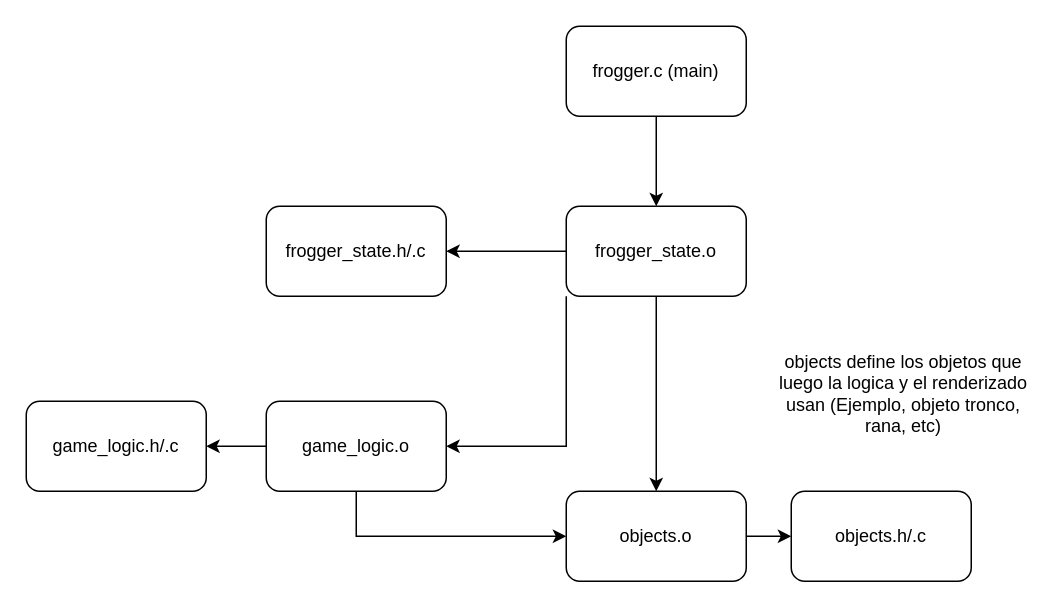
Above: FROGGER.drawio in mginhson/TPF (draw.io), before the change. Source tidied: cells renumbered, new cells numbered last; positions are measured from the earlier drawing's top-left corner, leaving out a move shared by most shapes. Both pictures are drawn from the tidied source at 150%, with x=0, y=0 at pixel (26, 26).
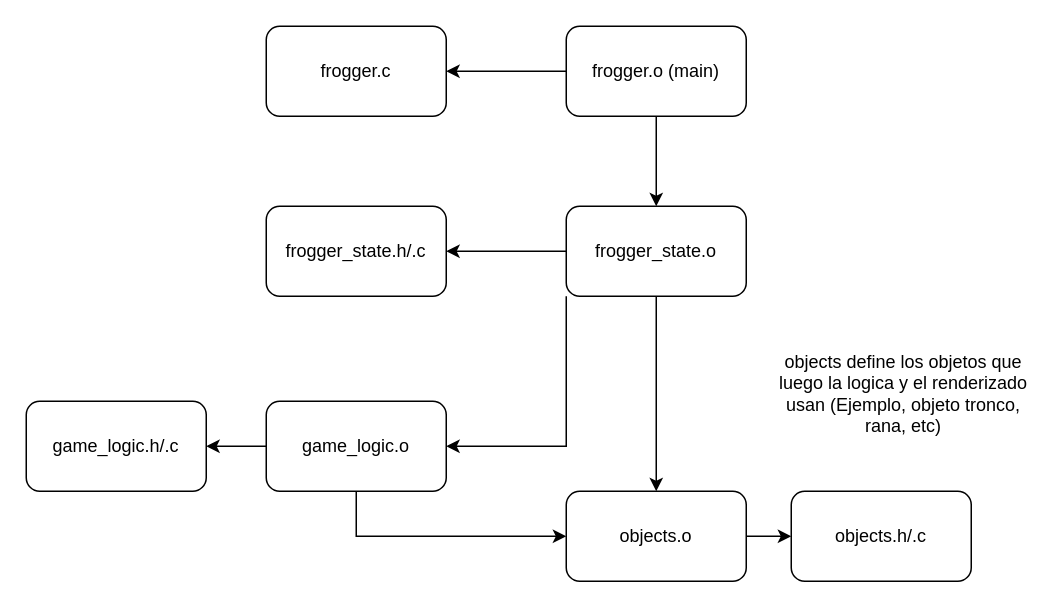
After the change.

What changed in the source:
```diff
@@
 <mxGraphModel>
   <root>
     <mxCell id="0" />
     <mxCell id="1" parent="0" />
     <mxCell id="2" style="edgeStyle=orthogonalEdgeStyle;rounded=0;jettySize=auto;html=1;exitX=0.5;exitY=1;exitDx=0;exitDy=0;entryX=0.5;entryY=0;entryDx=0;entryDy=0;" parent="1" edge="1" source="3" target="11">
       <mxGeometry relative="1" as="geometry" />
     </mxCell>
+    <mxCell id="17" style="edgeStyle=orthogonalEdgeStyle;rounded=0;jettySize=auto;html=1;exitX=0;exitY=0.5;exitDx=0;exitDy=0;entryX=1;entryY=0.5;entryDx=0;entryDy=0;" parent="1" edge="1" source="3" target="18">
+      <mxGeometry relative="1" as="geometry" />
+    </mxCell>
-    <mxCell id="3" value="frogger.c (main)" style="rounded=1;whiteSpace=wrap;html=1;" parent="1" vertex="1">
+    <mxCell id="3" value="frogger.o (main)" style="rounded=1;whiteSpace=wrap;html=1;" parent="1" vertex="1">
       <mxGeometry x="360" width="120" height="60" as="geometry" />
     </mxCell>
     <mxCell id="4" style="edgeStyle=orthogonalEdgeStyle;rounded=0;jettySize=auto;html=1;exitX=0;exitY=0.5;exitDx=0;exitDy=0;entryX=1;entryY=0.5;entryDx=0;entryDy=0;" parent="1" edge="1" source="6" target="7">
       <mxGeometry relative="1" as="geometry" />
     </mxCell>
     <mxCell id="5" style="edgeStyle=orthogonalEdgeStyle;rounded=0;jettySize=auto;html=1;exitX=0.5;exitY=1;exitDx=0;exitDy=0;entryX=0;entryY=0.5;entryDx=0;entryDy=0;" parent="1" edge="1" source="6" target="14">
       <mxGeometry relative="1" as="geometry" />
     </mxCell>
     <mxCell id="6" value="&lt;div&gt;game_logic.o&lt;/div&gt;" style="rounded=1;whiteSpace=wrap;html=1;" parent="1" vertex="1">
       <mxGeometry x="160" y="250" width="120" height="60" as="geometry" />
     </mxCell>
     <mxCell id="7" value="game_logic.h/.c" style="rounded=1;whiteSpace=wrap;html=1;" parent="1" vertex="1">
       <mxGeometry y="250" width="120" height="60" as="geometry" />
     </mxCell>
     <mxCell id="8" style="edgeStyle=orthogonalEdgeStyle;rounded=0;jettySize=auto;html=1;exitX=0;exitY=1;exitDx=0;exitDy=0;entryX=1;entryY=0.5;entryDx=0;entryDy=0;" parent="1" edge="1" source="11" target="6">
       <mxGeometry relative="1" as="geometry" />
     </mxCell>
     <mxCell id="9" style="edgeStyle=orthogonalEdgeStyle;rounded=0;jettySize=auto;html=1;exitX=0;exitY=0.5;exitDx=0;exitDy=0;entryX=1;entryY=0.5;entryDx=0;entryDy=0;" parent="1" edge="1" source="11" target="12">
       <mxGeometry relative="1" as="geometry" />
     </mxCell>
     <mxCell id="10" style="edgeStyle=orthogonalEdgeStyle;rounded=0;jettySize=auto;html=1;exitX=0.5;exitY=1;exitDx=0;exitDy=0;entryX=0.5;entryY=0;entryDx=0;entryDy=0;" parent="1" edge="1" source="11" target="14">
       <mxGeometry relative="1" as="geometry" />
     </mxCell>
     <mxCell id="11" value="frogger_state.o" style="rounded=1;whiteSpace=wrap;html=1;" parent="1" vertex="1">
       <mxGeometry x="360" y="120" width="120" height="60" as="geometry" />
     </mxCell>
     <mxCell id="12" value="frogger_state.h/.c" style="rounded=1;whiteSpace=wrap;html=1;" parent="1" vertex="1">
       <mxGeometry x="160" y="120" width="120" height="60" as="geometry" />
     </mxCell>
     <mxCell id="13" style="edgeStyle=orthogonalEdgeStyle;rounded=0;jettySize=auto;html=1;exitX=1;exitY=0.5;exitDx=0;exitDy=0;entryX=0;entryY=0.5;entryDx=0;entryDy=0;" parent="1" edge="1" source="14" target="15">
       <mxGeometry relative="1" as="geometry" />
     </mxCell>
     <mxCell id="14" value="objects.o" style="rounded=1;whiteSpace=wrap;html=1;" parent="1" vertex="1">
       <mxGeometry x="360" y="310" width="120" height="60" as="geometry" />
     </mxCell>
     <mxCell id="15" value="objects.h/.c" style="rounded=1;whiteSpace=wrap;html=1;" parent="1" vertex="1">
       <mxGeometry x="510" y="310" width="120" height="60" as="geometry" />
     </mxCell>
     <mxCell id="16" value="objects define los objetos que luego la logica y el renderizado usan (Ejemplo, objeto tronco, rana, etc)" style="text;html=1;align=center;verticalAlign=middle;whiteSpace=wrap;rounded=0;" parent="1" vertex="1">
       <mxGeometry x="500" y="230" width="170" height="30" as="geometry" />
     </mxCell>
+    <mxCell id="18" value="frogger.c" style="rounded=1;whiteSpace=wrap;html=1;" parent="1" vertex="1">
+      <mxGeometry x="160" width="120" height="60" as="geometry" />
+    </mxCell>
   </root>
 </mxGraphModel>
```
